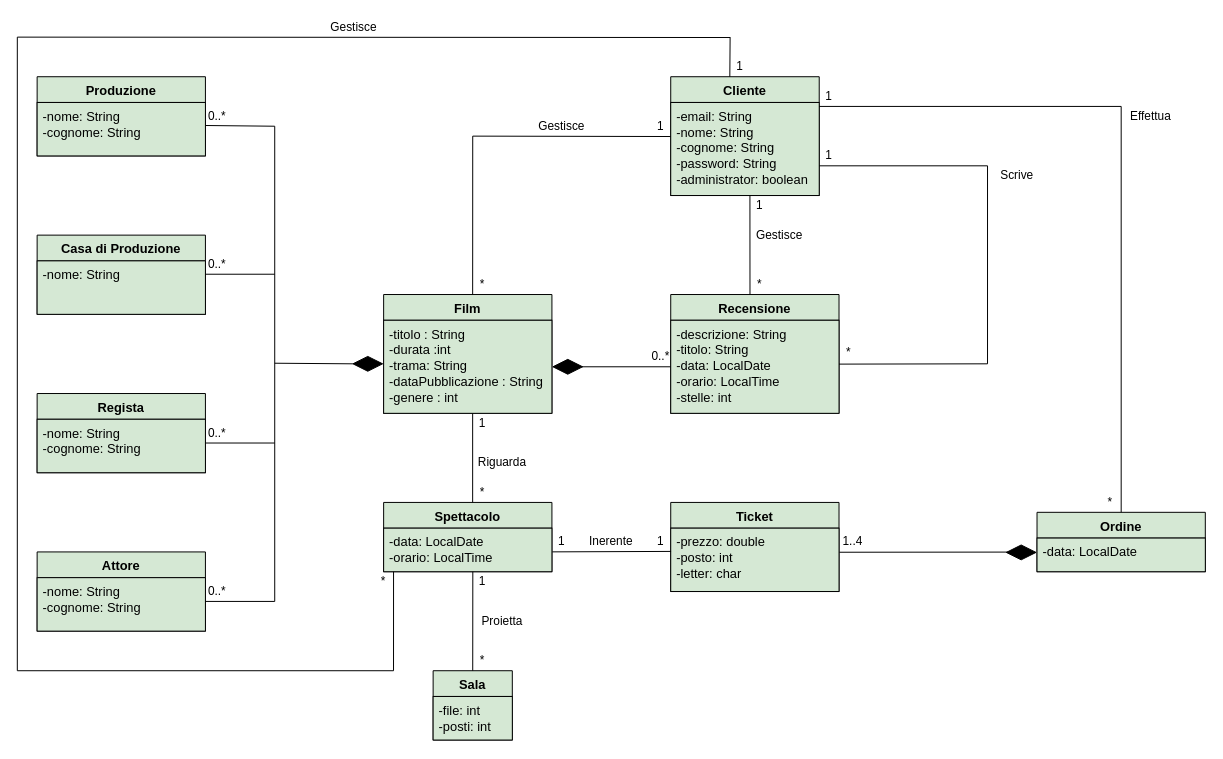
Earlier version of the draw.io diagram page "Pagina-13" (13 of 13) of Docs/Class_diagram_generale.drawio (BlooDMasK/UniCinema). Source tidied: cells renumbered, new cells numbered last; positions are measured from the earlier drawing's top-left corner, leaving out a move shared by most shapes. Both pictures are drawn from the tidied source at 99%, with x=0, y=0 at pixel (17, 17).
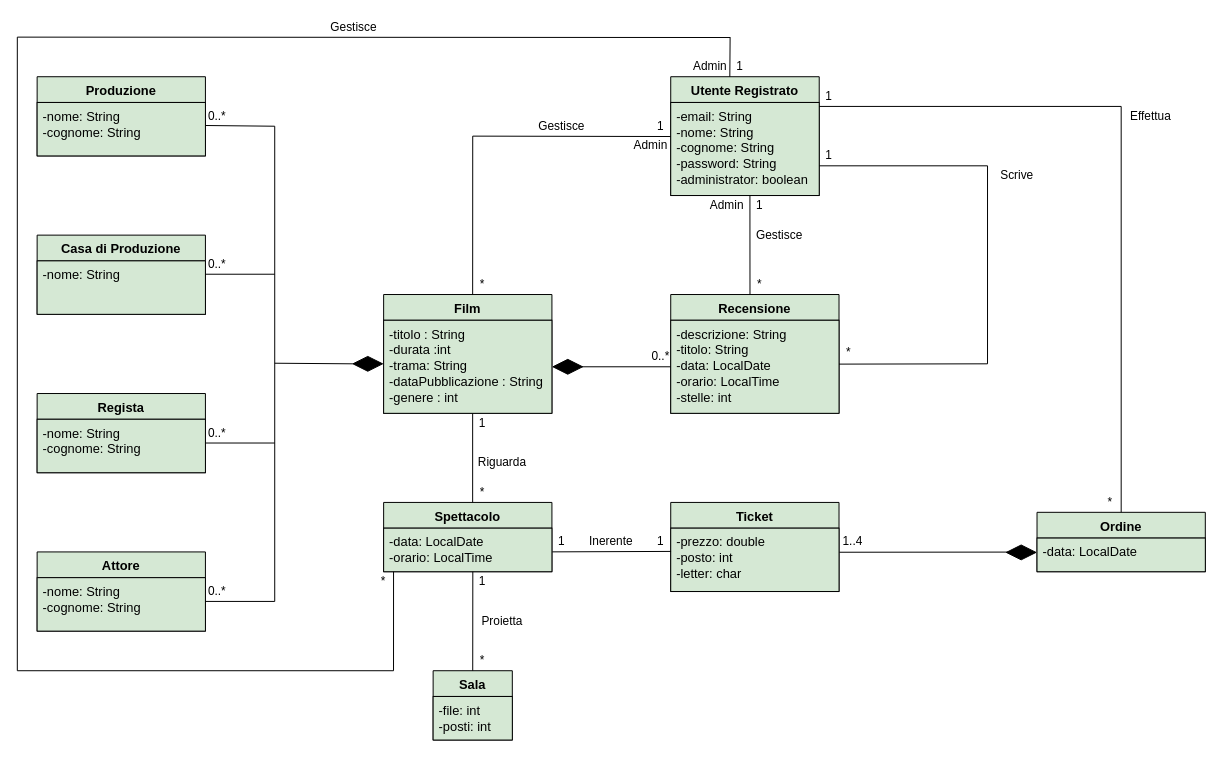
Above is the later version.

Diff of the diagram source:
```diff
@@
-    <mxCell id="5" value="Cliente" style="swimlane;fontStyle=1;align=center;verticalAlign=top;horizontal=1;startSize=26;fillColor=#d5e8d4;strokeColor=#000000;fontSize=13;" parent="1" vertex="1">
+    <mxCell id="5" value="Utente Registrato" style="swimlane;fontStyle=1;align=center;verticalAlign=top;horizontal=1;startSize=26;fillColor=#d5e8d4;strokeColor=#000000;fontSize=13;" parent="1" vertex="1">
       <mxGeometry x="660" y="60" width="150" height="120" as="geometry" />
     </mxCell>
@@
+    <mxCell id="89" value="Admin" style="text;html=1;strokeColor=none;fillColor=none;align=center;verticalAlign=middle;whiteSpace=wrap;rounded=0;" parent="1" vertex="1">
+      <mxGeometry x="687" y="180" width="60" height="20" as="geometry" />
+    </mxCell>
+    <mxCell id="90" value="Admin" style="text;html=1;strokeColor=none;fillColor=none;align=center;verticalAlign=middle;whiteSpace=wrap;rounded=0;" parent="1" vertex="1">
+      <mxGeometry x="610" y="120" width="60" height="20" as="geometry" />
+    </mxCell>
+    <mxCell id="91" value="Admin" style="text;html=1;strokeColor=none;fillColor=none;align=center;verticalAlign=middle;whiteSpace=wrap;rounded=0;" parent="1" vertex="1">
+      <mxGeometry x="670" y="40" width="60" height="20" as="geometry" />
+    </mxCell>
```
